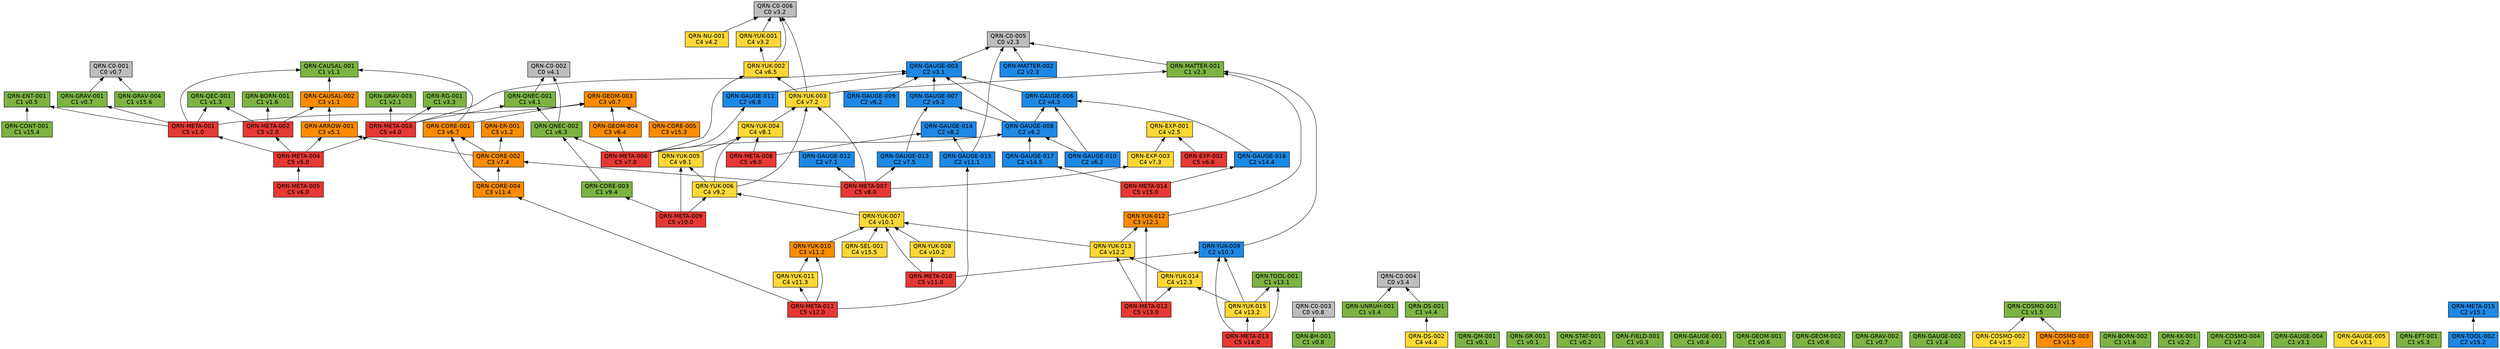
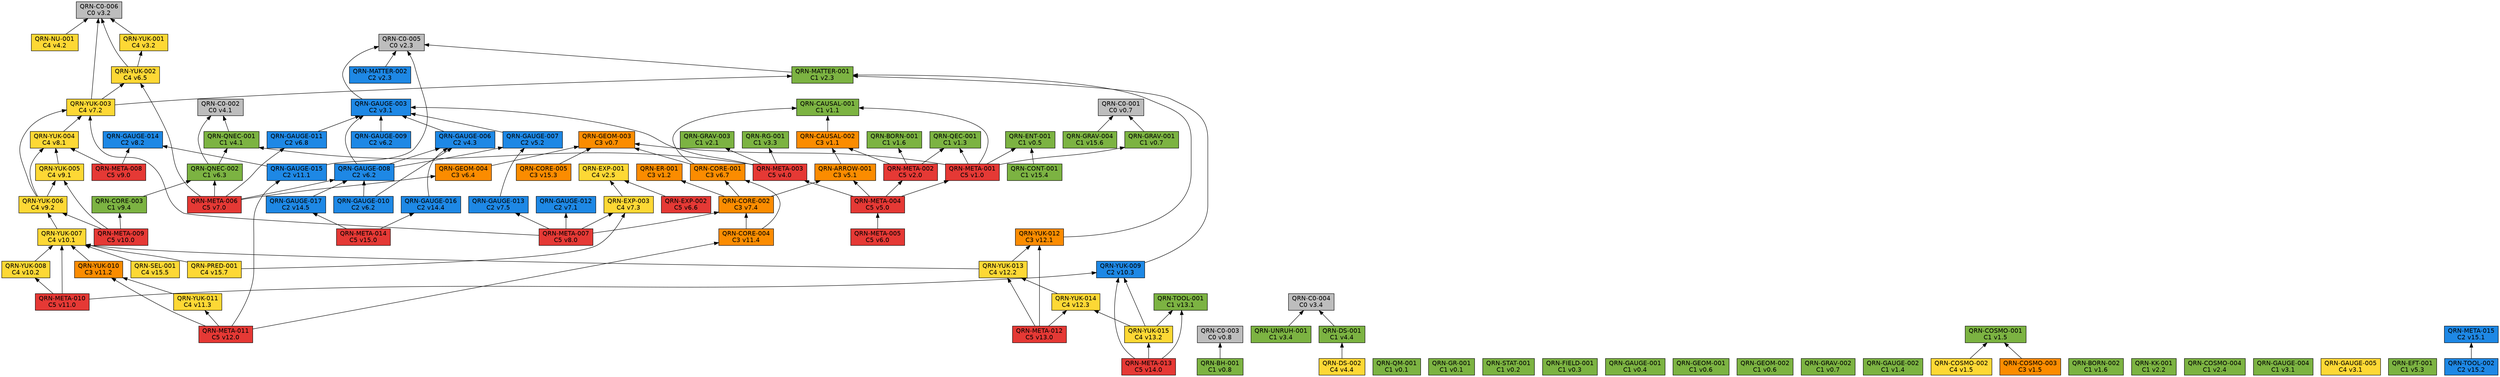
// 自動生成 (dag/report.pl) — QRN 主張依存グラフ
digraph qrn {
  rankdir=BT;
  node [shape=box, style=filled, fontname="Helvetica"];
  "QRN-C0-001" [fillcolor="#bdbdbd", label="QRN-C0-001\nC0 v0.7"];
  "QRN-C0-002" [fillcolor="#bdbdbd", label="QRN-C0-002\nC0 v4.1"];
  "QRN-C0-003" [fillcolor="#bdbdbd", label="QRN-C0-003\nC0 v0.8"];
  "QRN-C0-004" [fillcolor="#bdbdbd", label="QRN-C0-004\nC0 v3.4"];
  "QRN-C0-005" [fillcolor="#bdbdbd", label="QRN-C0-005\nC0 v2.3"];
  "QRN-C0-006" [fillcolor="#bdbdbd", label="QRN-C0-006\nC0 v3.2"];
  "QRN-QM-001" [fillcolor="#7cb342", label="QRN-QM-001\nC1 v0.1"];
  "QRN-GR-001" [fillcolor="#7cb342", label="QRN-GR-001\nC1 v0.1"];
  "QRN-STAT-001" [fillcolor="#7cb342", label="QRN-STAT-001\nC1 v0.2"];
  "QRN-FIELD-001" [fillcolor="#7cb342", label="QRN-FIELD-001\nC1 v0.3"];
  "QRN-GAUGE-001" [fillcolor="#7cb342", label="QRN-GAUGE-001\nC1 v0.4"];
  "QRN-ENT-001" [fillcolor="#7cb342", label="QRN-ENT-001\nC1 v0.5"];
  "QRN-GEOM-001" [fillcolor="#7cb342", label="QRN-GEOM-001\nC1 v0.6"];
  "QRN-GEOM-002" [fillcolor="#7cb342", label="QRN-GEOM-002\nC1 v0.6"];
  "QRN-GEOM-003" [fillcolor="#fb8c00", label="QRN-GEOM-003\nC3 v0.7"];
  "QRN-GRAV-001" [fillcolor="#7cb342", label="QRN-GRAV-001\nC1 v0.7"];
  "QRN-GRAV-002" [fillcolor="#7cb342", label="QRN-GRAV-002\nC1 v0.7"];
  "QRN-BH-001" [fillcolor="#7cb342", label="QRN-BH-001\nC1 v0.8"];
  "QRN-CAUSAL-001" [fillcolor="#7cb342", label="QRN-CAUSAL-001\nC1 v1.1"];
  "QRN-CAUSAL-002" [fillcolor="#fb8c00", label="QRN-CAUSAL-002\nC3 v1.1"];
  "QRN-ER-001" [fillcolor="#fb8c00", label="QRN-ER-001\nC3 v1.2"];
  "QRN-QEC-001" [fillcolor="#7cb342", label="QRN-QEC-001\nC1 v1.3"];
  "QRN-GAUGE-002" [fillcolor="#7cb342", label="QRN-GAUGE-002\nC1 v1.4"];
  "QRN-COSMO-001" [fillcolor="#7cb342", label="QRN-COSMO-001\nC1 v1.5"];
  "QRN-COSMO-002" [fillcolor="#fdd835", label="QRN-COSMO-002\nC4 v1.5"];
  "QRN-COSMO-003" [fillcolor="#fb8c00", label="QRN-COSMO-003\nC3 v1.5"];
  "QRN-BORN-001" [fillcolor="#7cb342", label="QRN-BORN-001\nC1 v1.6"];
  "QRN-BORN-002" [fillcolor="#7cb342", label="QRN-BORN-002\nC1 v1.6"];
  "QRN-GRAV-003" [fillcolor="#7cb342", label="QRN-GRAV-003\nC1 v2.1"];
  "QRN-KK-001" [fillcolor="#7cb342", label="QRN-KK-001\nC1 v2.2"];
  "QRN-MATTER-001" [fillcolor="#7cb342", label="QRN-MATTER-001\nC1 v2.3"];
  "QRN-MATTER-002" [fillcolor="#1e88e5", label="QRN-MATTER-002\nC2 v2.3"];
  "QRN-COSMO-004" [fillcolor="#7cb342", label="QRN-COSMO-004\nC1 v2.4"];
  "QRN-EXP-001" [fillcolor="#fdd835", label="QRN-EXP-001\nC4 v2.5"];
  "QRN-GAUGE-003" [fillcolor="#1e88e5", label="QRN-GAUGE-003\nC2 v3.1"];
  "QRN-GAUGE-004" [fillcolor="#7cb342", label="QRN-GAUGE-004\nC1 v3.1"];
  "QRN-GAUGE-005" [fillcolor="#fdd835", label="QRN-GAUGE-005\nC4 v3.1"];
  "QRN-YUK-001" [fillcolor="#fdd835", label="QRN-YUK-001\nC4 v3.2"];
  "QRN-RG-001" [fillcolor="#7cb342", label="QRN-RG-001\nC1 v3.3"];
  "QRN-UNRUH-001" [fillcolor="#7cb342", label="QRN-UNRUH-001\nC1 v3.4"];
  "QRN-QNEC-001" [fillcolor="#7cb342", label="QRN-QNEC-001\nC1 v4.1"];
  "QRN-NU-001" [fillcolor="#fdd835", label="QRN-NU-001\nC4 v4.2"];
  "QRN-GAUGE-006" [fillcolor="#1e88e5", label="QRN-GAUGE-006\nC2 v4.3"];
  "QRN-DS-001" [fillcolor="#7cb342", label="QRN-DS-001\nC1 v4.4"];
  "QRN-DS-002" [fillcolor="#fdd835", label="QRN-DS-002\nC4 v4.4"];
  "QRN-ARROW-001" [fillcolor="#fb8c00", label="QRN-ARROW-001\nC3 v5.1"];
  "QRN-GAUGE-007" [fillcolor="#1e88e5", label="QRN-GAUGE-007\nC2 v5.2"];
  "QRN-EFT-001" [fillcolor="#7cb342", label="QRN-EFT-001\nC1 v5.3"];
  "QRN-GAUGE-008" [fillcolor="#1e88e5", label="QRN-GAUGE-008\nC2 v6.2"];
  "QRN-GAUGE-009" [fillcolor="#1e88e5", label="QRN-GAUGE-009\nC2 v6.2"];
  "QRN-GAUGE-010" [fillcolor="#1e88e5", label="QRN-GAUGE-010\nC2 v6.2"];
  "QRN-QNEC-002" [fillcolor="#7cb342", label="QRN-QNEC-002\nC1 v6.3"];
  "QRN-GEOM-004" [fillcolor="#fb8c00", label="QRN-GEOM-004\nC3 v6.4"];
  "QRN-YUK-002" [fillcolor="#fdd835", label="QRN-YUK-002\nC4 v6.5"];
  "QRN-EXP-002" [fillcolor="#e53935", label="QRN-EXP-002\nC5 v6.6"];
  "QRN-CORE-001" [fillcolor="#fb8c00", label="QRN-CORE-001\nC3 v6.7"];
  "QRN-GAUGE-011" [fillcolor="#1e88e5", label="QRN-GAUGE-011\nC2 v6.8"];
  "QRN-GAUGE-012" [fillcolor="#1e88e5", label="QRN-GAUGE-012\nC2 v7.1"];
  "QRN-YUK-003" [fillcolor="#fdd835", label="QRN-YUK-003\nC4 v7.2"];
  "QRN-EXP-003" [fillcolor="#fdd835", label="QRN-EXP-003\nC4 v7.3"];
  "QRN-CORE-002" [fillcolor="#fb8c00", label="QRN-CORE-002\nC3 v7.4"];
  "QRN-GAUGE-013" [fillcolor="#1e88e5", label="QRN-GAUGE-013\nC2 v7.5"];
  "QRN-YUK-004" [fillcolor="#fdd835", label="QRN-YUK-004\nC4 v8.1"];
  "QRN-GAUGE-014" [fillcolor="#1e88e5", label="QRN-GAUGE-014\nC2 v8.2"];
  "QRN-META-001" [fillcolor="#e53935", label="QRN-META-001\nC5 v1.0"];
  "QRN-META-002" [fillcolor="#e53935", label="QRN-META-002\nC5 v2.0"];
  "QRN-META-003" [fillcolor="#e53935", label="QRN-META-003\nC5 v4.0"];
  "QRN-META-004" [fillcolor="#e53935", label="QRN-META-004\nC5 v5.0"];
  "QRN-META-005" [fillcolor="#e53935", label="QRN-META-005\nC5 v6.0"];
  "QRN-META-006" [fillcolor="#e53935", label="QRN-META-006\nC5 v7.0"];
  "QRN-META-007" [fillcolor="#e53935", label="QRN-META-007\nC5 v8.0"];
  "QRN-META-008" [fillcolor="#e53935", label="QRN-META-008\nC5 v9.0"];
  "QRN-YUK-005" [fillcolor="#fdd835", label="QRN-YUK-005\nC4 v9.1"];
  "QRN-YUK-006" [fillcolor="#fdd835", label="QRN-YUK-006\nC4 v9.2"];
  "QRN-CORE-003" [fillcolor="#7cb342", label="QRN-CORE-003\nC1 v9.4"];
  "QRN-META-009" [fillcolor="#e53935", label="QRN-META-009\nC5 v10.0"];
  "QRN-YUK-007" [fillcolor="#fdd835", label="QRN-YUK-007\nC4 v10.1"];
  "QRN-YUK-008" [fillcolor="#fdd835", label="QRN-YUK-008\nC4 v10.2"];
  "QRN-YUK-009" [fillcolor="#1e88e5", label="QRN-YUK-009\nC2 v10.3"];
  "QRN-META-010" [fillcolor="#e53935", label="QRN-META-010\nC5 v11.0"];
  "QRN-GAUGE-015" [fillcolor="#1e88e5", label="QRN-GAUGE-015\nC2 v11.1"];
  "QRN-YUK-010" [fillcolor="#fb8c00", label="QRN-YUK-010\nC3 v11.2"];
  "QRN-YUK-011" [fillcolor="#fdd835", label="QRN-YUK-011\nC4 v11.3"];
  "QRN-CORE-004" [fillcolor="#fb8c00", label="QRN-CORE-004\nC3 v11.4"];
  "QRN-META-011" [fillcolor="#e53935", label="QRN-META-011\nC5 v12.0"];
  "QRN-YUK-012" [fillcolor="#fb8c00", label="QRN-YUK-012\nC3 v12.1"];
  "QRN-YUK-013" [fillcolor="#fdd835", label="QRN-YUK-013\nC4 v12.2"];
  "QRN-YUK-014" [fillcolor="#fdd835", label="QRN-YUK-014\nC4 v12.3"];
  "QRN-META-012" [fillcolor="#e53935", label="QRN-META-012\nC5 v13.0"];
  "QRN-TOOL-001" [fillcolor="#7cb342", label="QRN-TOOL-001\nC1 v13.1"];
  "QRN-YUK-015" [fillcolor="#fdd835", label="QRN-YUK-015\nC4 v13.2"];
  "QRN-META-013" [fillcolor="#e53935", label="QRN-META-013\nC5 v14.0"];
  "QRN-GAUGE-016" [fillcolor="#1e88e5", label="QRN-GAUGE-016\nC2 v14.4"];
  "QRN-GAUGE-017" [fillcolor="#1e88e5", label="QRN-GAUGE-017\nC2 v14.5"];
  "QRN-META-014" [fillcolor="#e53935", label="QRN-META-014\nC5 v15.0"];
  "QRN-META-015" [fillcolor="#1e88e5", label="QRN-META-015\nC2 v15.1"];
  "QRN-TOOL-002" [fillcolor="#1e88e5", label="QRN-TOOL-002\nC2 v15.2"];
  "QRN-CORE-005" [fillcolor="#fb8c00", label="QRN-CORE-005\nC3 v15.3"];
  "QRN-CONT-001" [fillcolor="#7cb342", label="QRN-CONT-001\nC1 v15.4"];
  "QRN-SEL-001" [fillcolor="#fdd835", label="QRN-SEL-001\nC4 v15.5"];
  "QRN-GRAV-004" [fillcolor="#7cb342", label="QRN-GRAV-004\nC1 v15.6"];
+   "QRN-PRED-001" [fillcolor="#fdd835", label="QRN-PRED-001\nC4 v15.7"];
  "QRN-GRAV-001" -> "QRN-C0-001";
  "QRN-BH-001" -> "QRN-C0-003";
  "QRN-CAUSAL-002" -> "QRN-CAUSAL-001";
  "QRN-COSMO-002" -> "QRN-COSMO-001";
  "QRN-COSMO-003" -> "QRN-COSMO-001";
  "QRN-MATTER-001" -> "QRN-C0-005";
  "QRN-MATTER-002" -> "QRN-C0-005";
  "QRN-GAUGE-003" -> "QRN-C0-005";
  "QRN-YUK-001" -> "QRN-C0-006";
  "QRN-UNRUH-001" -> "QRN-C0-004";
  "QRN-QNEC-001" -> "QRN-C0-002";
  "QRN-NU-001" -> "QRN-C0-006";
  "QRN-GAUGE-006" -> "QRN-GAUGE-003";
  "QRN-DS-001" -> "QRN-C0-004";
  "QRN-DS-002" -> "QRN-DS-001";
  "QRN-ARROW-001" -> "QRN-CAUSAL-002";
  "QRN-GAUGE-007" -> "QRN-GAUGE-003";
  "QRN-GAUGE-008" -> "QRN-GAUGE-003";
  "QRN-GAUGE-008" -> "QRN-GAUGE-006";
  "QRN-GAUGE-008" -> "QRN-GAUGE-007";
  "QRN-GAUGE-009" -> "QRN-GAUGE-003";
  "QRN-GAUGE-010" -> "QRN-GAUGE-006";
  "QRN-GAUGE-010" -> "QRN-GAUGE-008";
  "QRN-QNEC-002" -> "QRN-C0-002";
  "QRN-QNEC-002" -> "QRN-QNEC-001";
  "QRN-GEOM-004" -> "QRN-GEOM-003";
  "QRN-YUK-002" -> "QRN-C0-006";
  "QRN-YUK-002" -> "QRN-YUK-001";
  "QRN-EXP-002" -> "QRN-EXP-001";
  "QRN-CORE-001" -> "QRN-GEOM-003";
  "QRN-CORE-001" -> "QRN-CAUSAL-001";
  "QRN-GAUGE-011" -> "QRN-GAUGE-003";
  "QRN-YUK-003" -> "QRN-C0-006";
  "QRN-YUK-003" -> "QRN-MATTER-001";
  "QRN-YUK-003" -> "QRN-YUK-002";
  "QRN-EXP-003" -> "QRN-EXP-001";
  "QRN-CORE-002" -> "QRN-CORE-001";
  "QRN-CORE-002" -> "QRN-ER-001";
  "QRN-CORE-002" -> "QRN-ARROW-001";
  "QRN-GAUGE-013" -> "QRN-GAUGE-007";
  "QRN-YUK-004" -> "QRN-YUK-003";
  "QRN-META-001" -> "QRN-GEOM-003";
  "QRN-META-001" -> "QRN-GRAV-001";
  "QRN-META-001" -> "QRN-CAUSAL-001";
  "QRN-META-001" -> "QRN-QEC-001";
  "QRN-META-001" -> "QRN-ENT-001";
  "QRN-META-002" -> "QRN-QEC-001";
  "QRN-META-002" -> "QRN-BORN-001";
  "QRN-META-002" -> "QRN-CAUSAL-002";
  "QRN-META-003" -> "QRN-GAUGE-003";
  "QRN-META-003" -> "QRN-RG-001";
  "QRN-META-003" -> "QRN-QNEC-001";
  "QRN-META-003" -> "QRN-GRAV-003";
  "QRN-META-004" -> "QRN-META-001";
  "QRN-META-004" -> "QRN-META-002";
  "QRN-META-004" -> "QRN-META-003";
  "QRN-META-004" -> "QRN-ARROW-001";
  "QRN-META-005" -> "QRN-META-004";
  "QRN-META-006" -> "QRN-GAUGE-008";
  "QRN-META-006" -> "QRN-QNEC-002";
  "QRN-META-006" -> "QRN-GEOM-004";
  "QRN-META-006" -> "QRN-YUK-002";
  "QRN-META-006" -> "QRN-GAUGE-011";
  "QRN-META-007" -> "QRN-GAUGE-012";
  "QRN-META-007" -> "QRN-YUK-003";
  "QRN-META-007" -> "QRN-EXP-003";
  "QRN-META-007" -> "QRN-CORE-002";
  "QRN-META-007" -> "QRN-GAUGE-013";
  "QRN-META-008" -> "QRN-YUK-004";
  "QRN-META-008" -> "QRN-GAUGE-014";
  "QRN-YUK-005" -> "QRN-YUK-004";
  "QRN-YUK-006" -> "QRN-YUK-003";
  "QRN-YUK-006" -> "QRN-YUK-004";
  "QRN-YUK-006" -> "QRN-YUK-005";
  "QRN-CORE-003" -> "QRN-QNEC-002";
  "QRN-META-009" -> "QRN-YUK-005";
  "QRN-META-009" -> "QRN-YUK-006";
  "QRN-META-009" -> "QRN-CORE-003";
  "QRN-YUK-007" -> "QRN-YUK-006";
  "QRN-YUK-008" -> "QRN-YUK-007";
  "QRN-YUK-009" -> "QRN-MATTER-001";
  "QRN-META-010" -> "QRN-YUK-007";
  "QRN-META-010" -> "QRN-YUK-008";
  "QRN-META-010" -> "QRN-YUK-009";
  "QRN-GAUGE-015" -> "QRN-C0-005";
  "QRN-GAUGE-015" -> "QRN-GAUGE-014";
  "QRN-YUK-010" -> "QRN-YUK-007";
  "QRN-YUK-011" -> "QRN-YUK-010";
  "QRN-CORE-004" -> "QRN-CORE-001";
  "QRN-CORE-004" -> "QRN-CORE-002";
  "QRN-META-011" -> "QRN-GAUGE-015";
  "QRN-META-011" -> "QRN-YUK-010";
  "QRN-META-011" -> "QRN-YUK-011";
  "QRN-META-011" -> "QRN-CORE-004";
  "QRN-YUK-012" -> "QRN-MATTER-001";
  "QRN-YUK-013" -> "QRN-YUK-012";
  "QRN-YUK-013" -> "QRN-YUK-007";
  "QRN-YUK-014" -> "QRN-YUK-013";
  "QRN-META-012" -> "QRN-YUK-012";
  "QRN-META-012" -> "QRN-YUK-013";
  "QRN-META-012" -> "QRN-YUK-014";
  "QRN-YUK-015" -> "QRN-YUK-014";
  "QRN-YUK-015" -> "QRN-TOOL-001";
  "QRN-YUK-015" -> "QRN-YUK-009";
  "QRN-META-013" -> "QRN-YUK-015";
  "QRN-META-013" -> "QRN-TOOL-001";
  "QRN-META-013" -> "QRN-YUK-009";
  "QRN-GAUGE-016" -> "QRN-GAUGE-006";
  "QRN-GAUGE-017" -> "QRN-GAUGE-008";
  "QRN-META-014" -> "QRN-GAUGE-016";
  "QRN-META-014" -> "QRN-GAUGE-017";
  "QRN-TOOL-002" -> "QRN-META-015";
  "QRN-CORE-005" -> "QRN-GEOM-003";
  "QRN-CONT-001" -> "QRN-ENT-001";
  "QRN-SEL-001" -> "QRN-YUK-007";
  "QRN-GRAV-004" -> "QRN-C0-001";
+   "QRN-PRED-001" -> "QRN-YUK-007";
+   "QRN-PRED-001" -> "QRN-EXP-003";
}
